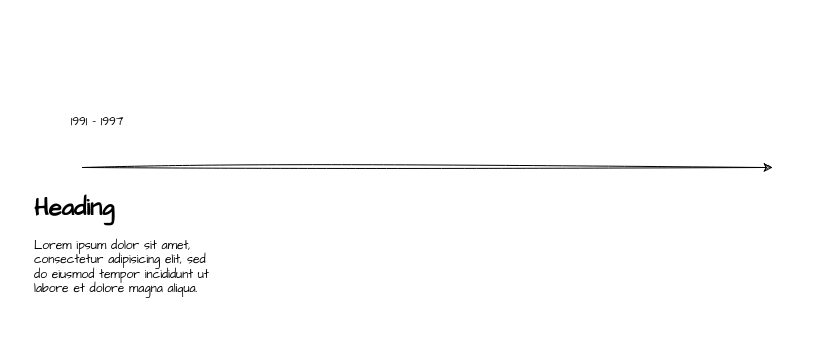
Before: CA_BlockChain.drawio in sergio-oliveira-br/ca-blockchain-erc20-200tks, a draw.io diagram. Source tidied: cells renumbered, new cells numbered last; positions are measured from the earlier drawing's top-left corner, leaving out a move shared by most shapes. Both pictures are drawn from the tidied source at 100%, with x=0, y=0 at pixel (32, 107).
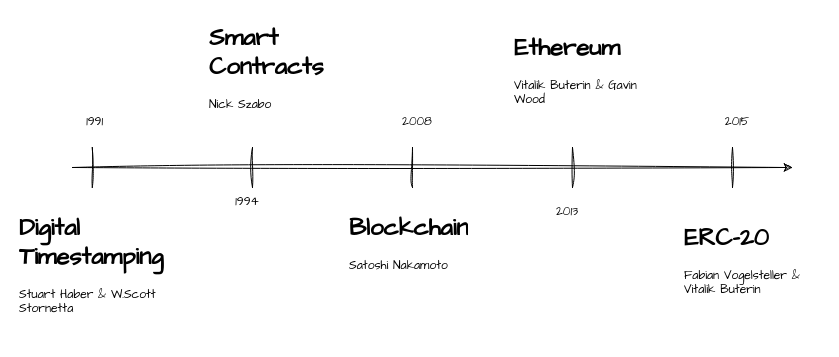
The same diagram, later.

Change to the diagram source:
```diff
@@
     <mxCell id="2" style="endArrow=classic;html=1;rounded=0;sketch=1;curveFitting=1;jiggle=2;" parent="1" edge="1">
       <mxGeometry relative="1" as="geometry">
-        <mxPoint x="50" y="60" as="sourcePoint" />
-        <mxPoint x="740" y="60" as="targetPoint" />
+        <mxPoint x="40" y="60" as="sourcePoint" />
+        <mxPoint x="760" y="60" as="targetPoint" />
       </mxGeometry>
     </mxCell>
-    <mxCell id="3" value="&lt;h1 style=&quot;margin-top: 0px;&quot;&gt;Heading&lt;/h1&gt;&lt;p&gt;Lorem ipsum dolor sit amet, consectetur adipisicing elit, sed do eiusmod tempor incididunt ut labore et dolore magna aliqua.&lt;/p&gt;" style="text;html=1;whiteSpace=wrap;overflow=hidden;rounded=0;fontFamily=Comic Sans MS;" parent="1" vertex="1">
-      <mxGeometry y="80" width="180" height="120" as="geometry" />
-    </mxCell>
-    <mxCell id="4" value="1991 - 1997" style="text;html=1;whiteSpace=wrap;strokeColor=none;fillColor=none;align=center;verticalAlign=middle;rounded=0;fontFamily=Comic Sans MS;" parent="1" vertex="1">
+    <mxCell id="4" value="1991&amp;nbsp;" style="text;html=1;whiteSpace=wrap;strokeColor=none;fillColor=none;align=center;verticalAlign=middle;rounded=0;fontFamily=Comic Sans MS;" parent="1" vertex="1">
       <mxGeometry x="20" width="90" height="30" as="geometry" />
     </mxCell>
+    <mxCell id="5" value="1994" style="text;html=1;whiteSpace=wrap;strokeColor=none;fillColor=none;align=center;verticalAlign=middle;rounded=0;fontFamily=Comic Sans MS;" parent="1" vertex="1">
+      <mxGeometry x="170" y="80" width="90" height="30" as="geometry" />
+    </mxCell>
+    <mxCell id="6" value="2008" style="text;html=1;whiteSpace=wrap;strokeColor=none;fillColor=none;align=center;verticalAlign=middle;rounded=0;fontFamily=Comic Sans MS;" parent="1" vertex="1">
+      <mxGeometry x="340" width="90" height="30" as="geometry" />
+    </mxCell>
+    <mxCell id="7" value="&lt;h1 style=&quot;margin-top: 0px;&quot;&gt;Smart Contracts&lt;/h1&gt;&lt;p&gt;Nick Szabo&lt;/p&gt;" style="text;html=1;whiteSpace=wrap;overflow=hidden;rounded=0;fontFamily=Comic Sans MS;" parent="1" vertex="1">
+      <mxGeometry x="175" y="-90" width="140" height="100" as="geometry" />
+    </mxCell>
+    <mxCell id="8" value="2013" style="text;html=1;whiteSpace=wrap;strokeColor=none;fillColor=none;align=center;verticalAlign=middle;rounded=0;fontFamily=Comic Sans MS;" parent="1" vertex="1">
+      <mxGeometry x="490" y="90" width="90" height="30" as="geometry" />
+    </mxCell>
+    <mxCell id="9" value="2015" style="text;html=1;whiteSpace=wrap;strokeColor=none;fillColor=none;align=center;verticalAlign=middle;rounded=0;fontFamily=Comic Sans MS;" parent="1" vertex="1">
+      <mxGeometry x="660" width="90" height="30" as="geometry" />
+    </mxCell>
+    <mxCell id="10" value="&lt;h1 style=&quot;margin-top: 0px;&quot;&gt;Digital Timestamping&lt;/h1&gt;&lt;p&gt;Stuart Haber &amp;amp; W.Scott Stornetta&amp;nbsp;&lt;/p&gt;" style="text;html=1;whiteSpace=wrap;overflow=hidden;rounded=0;fontFamily=Comic Sans MS;" parent="1" vertex="1">
+      <mxGeometry x="-15" y="100" width="160" height="130" as="geometry" />
+    </mxCell>
+    <mxCell id="11" value="&lt;h1 style=&quot;margin-top: 0px;&quot;&gt;Blockchain&lt;/h1&gt;&lt;p&gt;Satoshi Nakamoto&lt;/p&gt;" style="text;html=1;whiteSpace=wrap;overflow=hidden;rounded=0;fontFamily=Comic Sans MS;" parent="1" vertex="1">
+      <mxGeometry x="315" y="100" width="140" height="90" as="geometry" />
+    </mxCell>
+    <mxCell id="12" value="&lt;h1 style=&quot;margin-top: 0px;&quot;&gt;Ethereum&amp;nbsp;&lt;/h1&gt;&lt;p&gt;Vitalik Buterin &amp;amp; Gavin Wood&lt;/p&gt;" style="text;html=1;whiteSpace=wrap;overflow=hidden;rounded=0;fontFamily=Comic Sans MS;" parent="1" vertex="1">
+      <mxGeometry x="480" y="-80" width="140" height="90" as="geometry" />
+    </mxCell>
+    <mxCell id="13" value="&lt;h1 style=&quot;margin-top: 0px;&quot;&gt;ERC-20&lt;/h1&gt;&lt;p&gt;Fabian Vogelsteller &amp;amp; Vitalik Buterin&lt;/p&gt;" style="text;html=1;whiteSpace=wrap;overflow=hidden;rounded=0;fontFamily=Comic Sans MS;" parent="1" vertex="1">
+      <mxGeometry x="650" y="110" width="140" height="90" as="geometry" />
+    </mxCell>
+    <mxCell id="14" style="endArrow=none;html=1;rounded=0;sketch=1;curveFitting=1;jiggle=2;" parent="1" edge="1">
+      <mxGeometry relative="1" as="geometry">
+        <mxPoint x="59.8" y="80" as="sourcePoint" />
+        <mxPoint x="59.8" y="40" as="targetPoint" />
+      </mxGeometry>
+    </mxCell>
+    <mxCell id="15" style="endArrow=none;html=1;rounded=0;sketch=1;curveFitting=1;jiggle=2;" parent="1" edge="1">
+      <mxGeometry relative="1" as="geometry">
+        <mxPoint x="220" y="80" as="sourcePoint" />
+        <mxPoint x="220" y="40" as="targetPoint" />
+      </mxGeometry>
+    </mxCell>
+    <mxCell id="16" style="endArrow=none;html=1;rounded=0;sketch=1;curveFitting=1;jiggle=2;" parent="1" edge="1">
+      <mxGeometry relative="1" as="geometry">
+        <mxPoint x="380" y="80" as="sourcePoint" />
+        <mxPoint x="380" y="40" as="targetPoint" />
+      </mxGeometry>
+    </mxCell>
+    <mxCell id="17" style="endArrow=none;html=1;rounded=0;sketch=1;curveFitting=1;jiggle=2;" parent="1" edge="1">
+      <mxGeometry relative="1" as="geometry">
+        <mxPoint x="540" y="80" as="sourcePoint" />
+        <mxPoint x="540" y="40" as="targetPoint" />
+      </mxGeometry>
+    </mxCell>
+    <mxCell id="18" style="endArrow=none;html=1;rounded=0;sketch=1;curveFitting=1;jiggle=2;" parent="1" edge="1">
+      <mxGeometry relative="1" as="geometry">
+        <mxPoint x="700" y="80" as="sourcePoint" />
+        <mxPoint x="700" y="40" as="targetPoint" />
+      </mxGeometry>
+    </mxCell>
```
